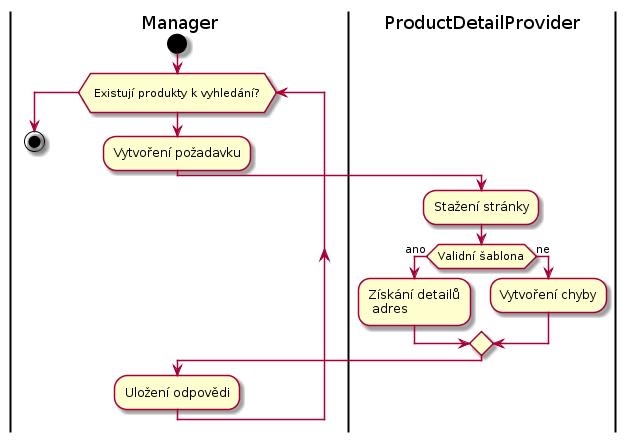
The PlantUML diagram resources/pdp-activity.png in jakub-tucek/bachelor-thesis, before a commit. Its diagram source:
```plantuml
@startuml
|Manager|
start
while (\n Existují produkty k vyhledání? \n)
  :Vytvo?ení po?adavku;
  |ProductDetailProvider|
   :Sta?ení stránky;
   if(Validní ?ablona) then (ano)
     :Získání detail?
      adres;
   else (ne)
     :Vytvo?ení chyby;
   endif
   |Manager|
   :Ulo?ení odpov?di;
endwhile

stop
@enduml
```
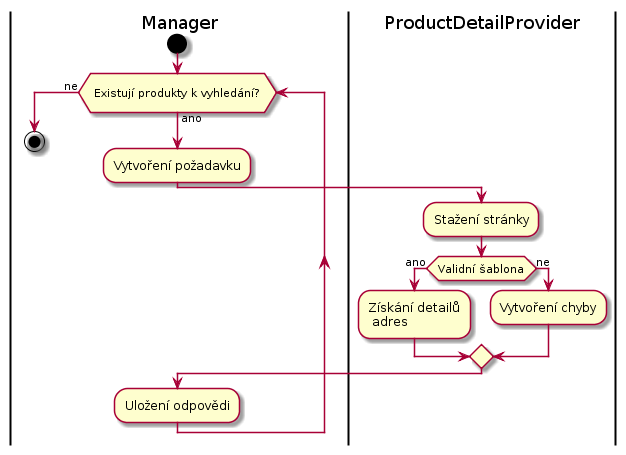
After the change.

Commit message:
Activity, refactors

Change to the diagram source:
```diff
@@ -1,7 +1,7 @@
 @startuml
 |Manager|
 start
-while (\n Existují produkty k vyhledání? \n)
+while (\n Existují produkty k vyhledání? \n) is (ano)
   :Vytvo?ení po?adavku;
   |ProductDetailProvider|
    :Sta?ení stránky;
@@ -13,7 +13,7 @@
    endif
    |Manager|
    :Ulo?ení odpov?di;
-endwhile
+endwhile (ne)
 
 stop
 @enduml
```
